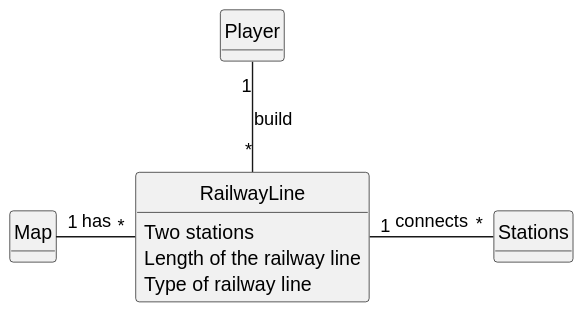
Earlier version of the PlantUML export docs/sprint1/us008/02.analysis/svg/us008-domain-model.svg (ivasduarte/all-aboard).
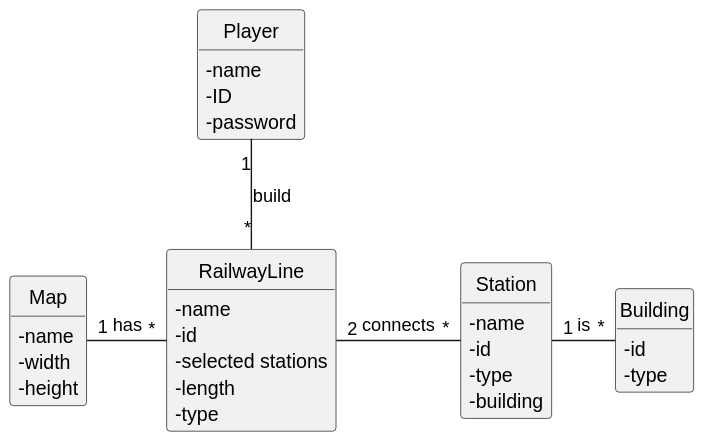
The same file after the commit.

Commit message:
US08(docs): updated the domain model

What changed in the source:
```diff
@@ -11,21 +11,39 @@
 
 
 class Map {
+    - name
+    - width
+    - height
 }
 
 class RailwayLine {
-    Two stations
-    Length of the railway line
-    Type of railway line
+    - name
+    - id
+    - selected stations
+    - length
+    - type
 }
 
 class Player {
+    - name
+    - ID
+    - password
 }
 
-class Stations {
+class Station {
+    - name
+    - id
+    - type
+    - building
+}
+
+class Building {
+    - id
+    - type
 }
 
 Map "1" - "*" RailwayLine : has
 Player "1" -- "*" RailwayLine : build
-RailwayLine "1" - "*" Stations : connects
+RailwayLine "2" - "*" Station : connects
+Station "1" - "*" Building : is
 @enduml
```
